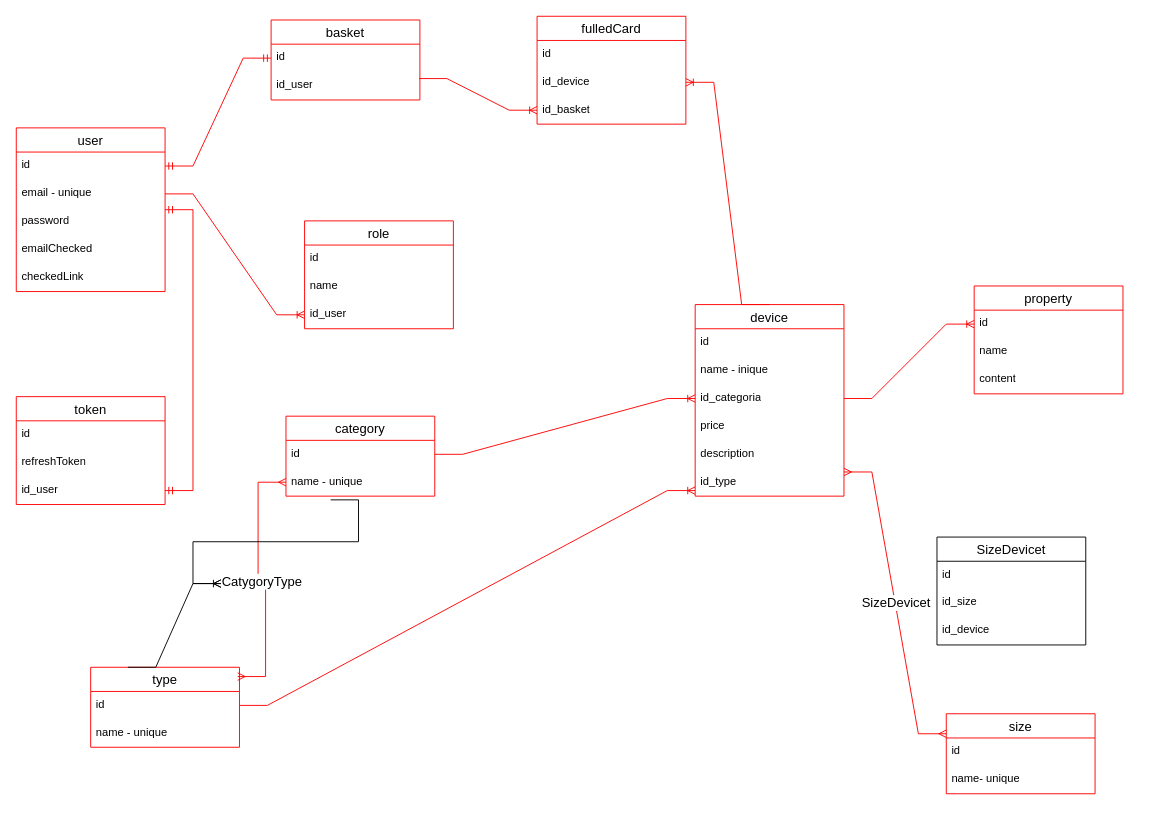
This is shose.drawio from OlegGrn/draw_io, a draw.io file, before an edit. Source tidied: cells renumbered, new cells numbered last; positions are measured from the earlier drawing's top-left corner, leaving out a move shared by most shapes. Both pictures are drawn from the tidied source at 93%, with x=0, y=0 at pixel (-21, 16).
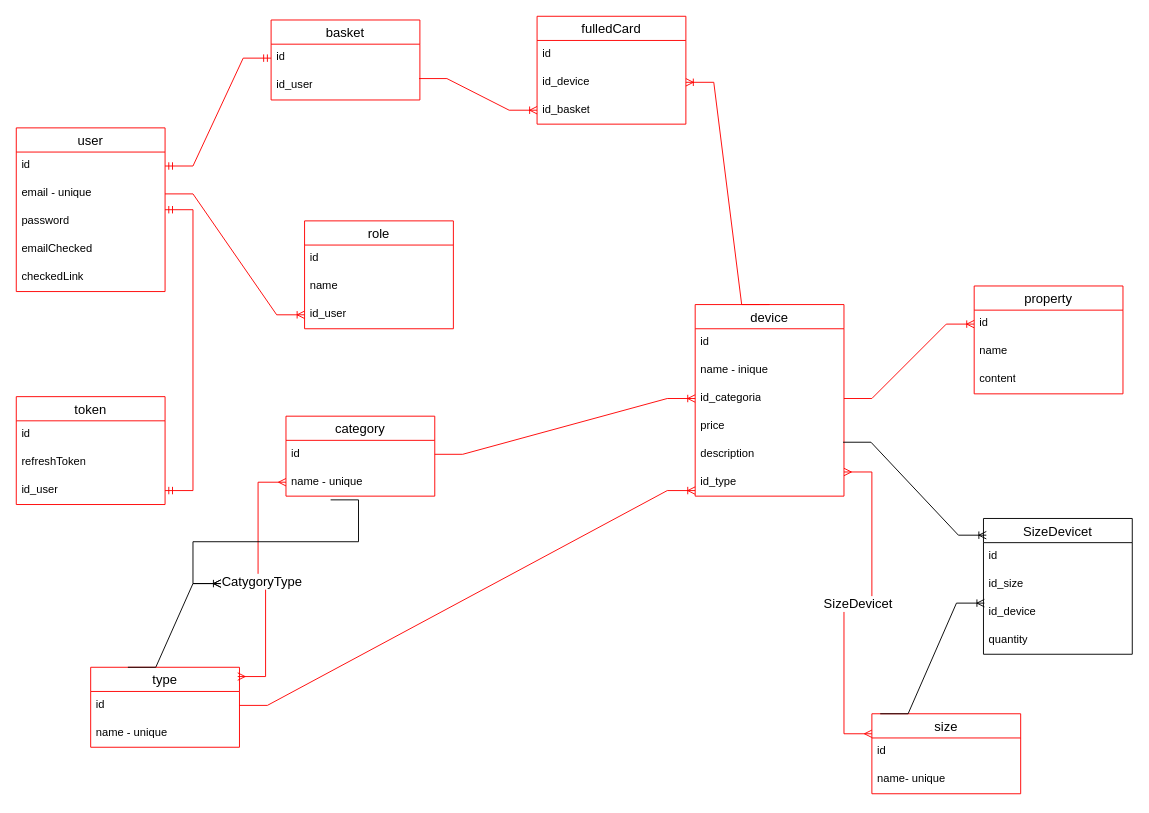
After the change.

The change refers to these unchanged cells:
```xml
<mxCell id="16" value="description" style="text;strokeColor=none;fillColor=none;spacingLeft=4;spacingRight=4;overflow=hidden;points=[[0,0.5],[1,0.5]];portConstraint=eastwest;fontSize=12;whiteSpace=wrap;html=1;" parent="11" vertex="1">
  <mxGeometry y="146" width="160" height="30" as="geometry" />
</mxCell>
<mxCell id="60" value="id_device" style="text;strokeColor=none;fillColor=none;spacingLeft=4;spacingRight=4;overflow=hidden;points=[[0,0.5],[1,0.5]];portConstraint=eastwest;fontSize=12;whiteSpace=wrap;html=1;" parent="57" vertex="1">
  <mxGeometry y="86" width="160" height="30" as="geometry" />
</mxCell>
```

The edit, as a diff of the source:
```diff
@@
     <mxCell id="22" value="size" style="swimlane;fontStyle=0;horizontal=1;startSize=26;align=center;fontSize=14;strokeColor=#FF0000;" parent="1" vertex="1">
-      <mxGeometry x="1040" y="750" width="160" height="86" as="geometry" />
+      <mxGeometry x="960" y="750" width="160" height="86" as="geometry" />
     </mxCell>
@@
     <mxCell id="57" value="SizeDevicet" style="swimlane;fontStyle=0;horizontal=1;startSize=26;align=center;fontSize=14;" parent="1" vertex="1">
-      <mxGeometry x="1030" y="560" width="160" height="116" as="geometry" />
+      <mxGeometry x="1080" y="540" width="160" height="146" as="geometry" />
     </mxCell>
@@
+    <mxCell id="61" value="quantity" style="text;strokeColor=none;fillColor=none;spacingLeft=4;spacingRight=4;overflow=hidden;fontSize=12;whiteSpace=wrap;html=1;" parent="57" vertex="1">
+      <mxGeometry y="116" width="160" height="30" as="geometry" />
+    </mxCell>
+    <mxCell id="62" style="edgeStyle=entityRelationEdgeStyle;fontSize=12;html=1;endArrow=ERoneToMany;rounded=0;entryX=0.019;entryY=0.123;entryDx=0;entryDy=0;entryPerimeter=0;exitX=0.994;exitY=0.067;exitDx=0;exitDy=0;exitPerimeter=0;" parent="1" edge="1" source="16" target="57">
+      <mxGeometry relative="1" as="geometry">
+        <Array as="points">
+          <mxPoint x="730" y="600" />
+        </Array>
+      </mxGeometry>
+    </mxCell>
+    <mxCell id="63" style="edgeStyle=entityRelationEdgeStyle;fontSize=12;html=1;endArrow=ERoneToMany;rounded=0;entryX=0.006;entryY=0.167;entryDx=0;entryDy=0;entryPerimeter=0;exitX=0.056;exitY=0;exitDx=0;exitDy=0;exitPerimeter=0;" parent="1" edge="1" source="22" target="60">
+      <mxGeometry relative="1" as="geometry" />
+    </mxCell>
```
